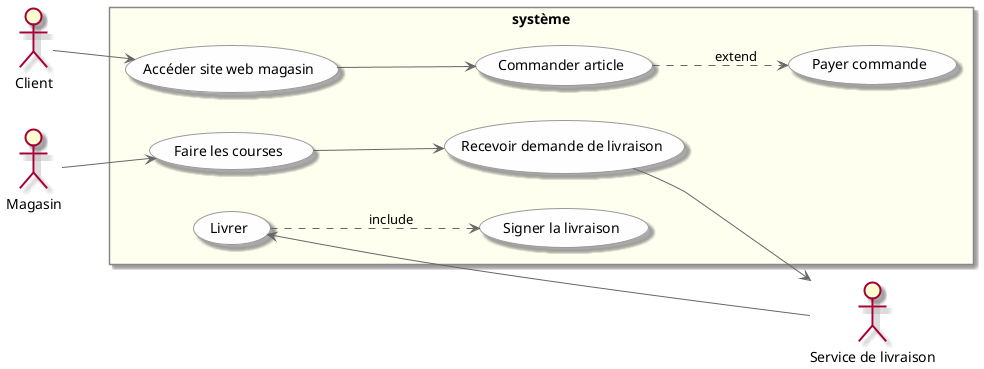
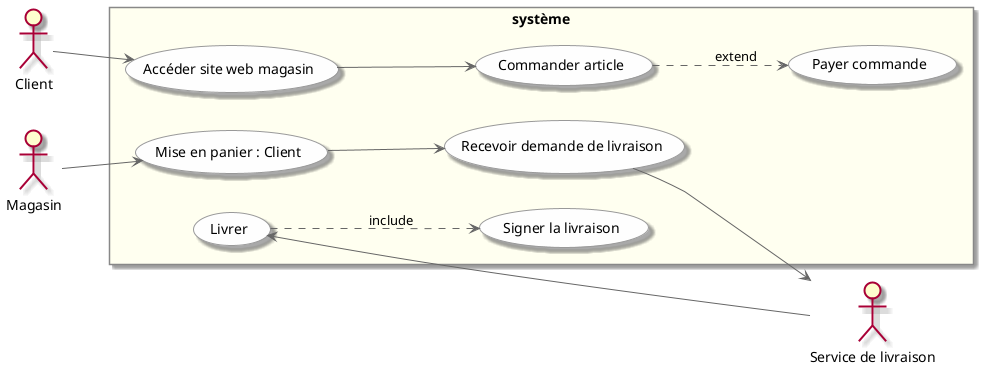
@startuml
skin rose
skinparam usecase {
  BackgroundColor #FEFEFE
  BorderColor #999999
  ArrowColor #666666
  ActorBorderColor #555555
}
skinparam rectangle {
  BorderColor #888888
  BackgroundColor #FFFFF0
}

left to right direction

actor "Client" as C
actor "Magasin" as M
actor "Service de livraison" as SL

rectangle système {
    (Accéder site web magasin) as ASWM
    (Commander article) as CA
    (Payer commande) as PC
-     (Faire les courses) as FC
+     (Mise en panier : Client) as MP
    (Recevoir demande de livraison) as RDL
    (Livrer) as L
    (Signer la livraison) as SLL

    C --> ASWM
    ASWM --> CA
    CA ..> PC : extend
-     M --> FC
-     FC --> RDL
+     M --> MP
+     MP --> RDL
    RDL --> SL
    SL --> L
    L ..> SLL : include
}


@enduml